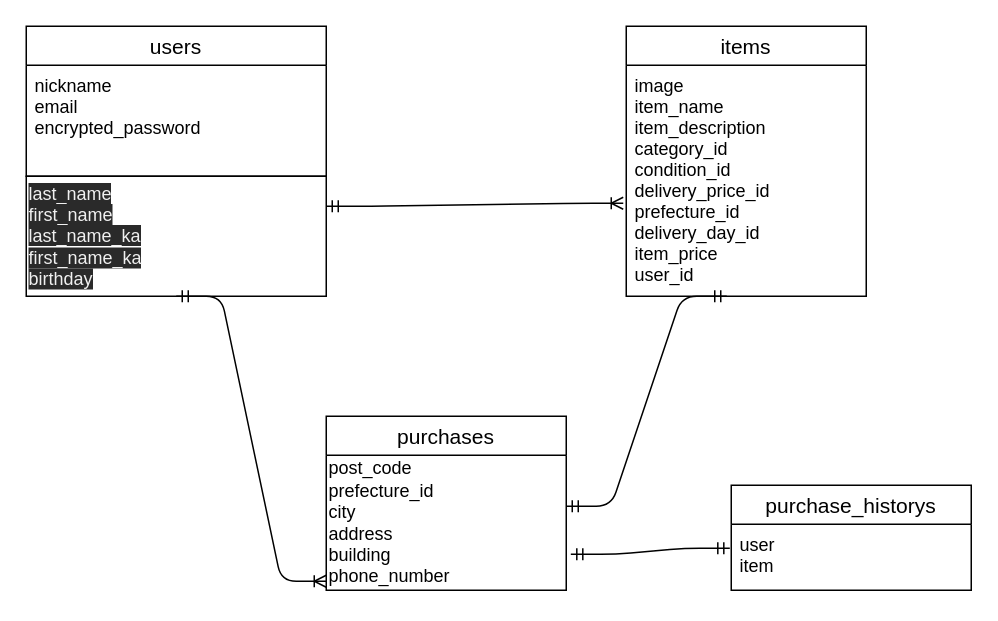
teru-sei/furima-35973 keeps this draw.io diagram as er.dio. Above is the earlier version. Source tidied: cells renumbered, new cells numbered last; positions are measured from the earlier drawing's top-left corner, leaving out a move shared by most shapes. Both pictures are drawn from the tidied source at 150%, with x=0, y=0 at pixel (26, 26).
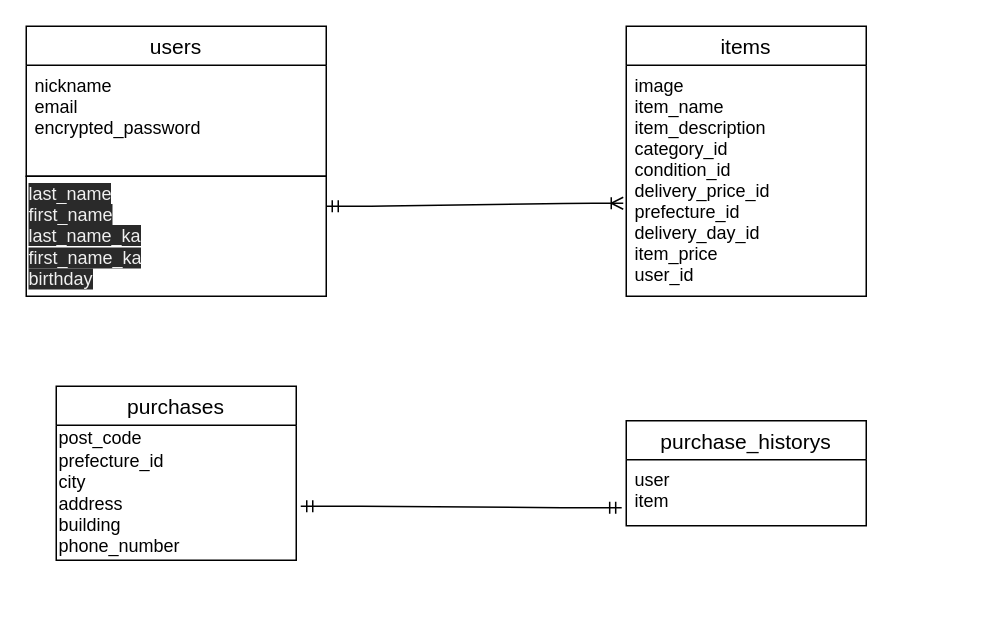
After the change.

Diff of the diagram source:
```diff
@@
 <mxGraphModel>
   <root>
     <mxCell id="0" />
     <mxCell id="1" parent="0" />
     <mxCell id="2" value="users" style="swimlane;fontStyle=0;horizontal=1;startSize=26;align=center;fontSize=14;" parent="1" vertex="1">
       <mxGeometry width="200" height="100" as="geometry" />
     </mxCell>
     <mxCell id="3" value="nickname&#10;email&#10;encrypted_password" style="text;strokeColor=none;fillColor=none;spacingLeft=4;spacingRight=4;overflow=hidden;fontSize=12;" parent="2" vertex="1">
       <mxGeometry y="26" width="200" height="74" as="geometry" />
     </mxCell>
     <mxCell id="4" value="items" style="swimlane;fontStyle=0;horizontal=1;startSize=26;align=center;fontSize=14;" parent="1" vertex="1">
       <mxGeometry x="400" width="160" height="180" as="geometry" />
     </mxCell>
     <mxCell id="5" value="image&#10;item_name&#10;item_description&#10;category_id&#10;condition_id&#10;delivery_price_id&#10;prefecture_id&#10;delivery_day_id&#10;item_price&#10;user_id" style="text;strokeColor=none;fillColor=none;spacingLeft=4;spacingRight=4;overflow=hidden;fontSize=12;" parent="4" vertex="1">
       <mxGeometry y="26" width="160" height="154" as="geometry" />
     </mxCell>
     <mxCell id="6" value="&lt;span style=&quot;color: rgb(240 , 240 , 240) ; font-family: &amp;#34;helvetica&amp;#34; ; font-size: 12px ; font-style: normal ; font-weight: 400 ; letter-spacing: normal ; text-indent: 0px ; text-transform: none ; word-spacing: 0px ; background-color: rgb(42 , 42 , 42) ; display: inline ; float: none&quot;&gt;last_name&lt;/span&gt;&lt;br style=&quot;padding: 0px ; margin: 0px ; color: rgb(240 , 240 , 240) ; font-family: &amp;#34;helvetica&amp;#34; ; font-size: 12px ; font-style: normal ; font-weight: 400 ; letter-spacing: normal ; text-indent: 0px ; text-transform: none ; word-spacing: 0px ; background-color: rgb(42 , 42 , 42)&quot;&gt;&lt;span style=&quot;color: rgb(240 , 240 , 240) ; font-family: &amp;#34;helvetica&amp;#34; ; font-size: 12px ; font-style: normal ; font-weight: 400 ; letter-spacing: normal ; text-indent: 0px ; text-transform: none ; word-spacing: 0px ; background-color: rgb(42 , 42 , 42) ; display: inline ; float: none&quot;&gt;first_name&lt;/span&gt;&lt;br style=&quot;padding: 0px ; margin: 0px ; color: rgb(240 , 240 , 240) ; font-family: &amp;#34;helvetica&amp;#34; ; font-size: 12px ; font-style: normal ; font-weight: 400 ; letter-spacing: normal ; text-indent: 0px ; text-transform: none ; word-spacing: 0px ; background-color: rgb(42 , 42 , 42)&quot;&gt;&lt;span style=&quot;color: rgb(240 , 240 , 240) ; font-family: &amp;#34;helvetica&amp;#34; ; font-size: 12px ; font-style: normal ; font-weight: 400 ; letter-spacing: normal ; text-indent: 0px ; text-transform: none ; word-spacing: 0px ; background-color: rgb(42 , 42 , 42) ; display: inline ; float: none&quot;&gt;last_name_ka&lt;/span&gt;&lt;br style=&quot;padding: 0px ; margin: 0px ; color: rgb(240 , 240 , 240) ; font-family: &amp;#34;helvetica&amp;#34; ; font-size: 12px ; font-style: normal ; font-weight: 400 ; letter-spacing: normal ; text-indent: 0px ; text-transform: none ; word-spacing: 0px ; background-color: rgb(42 , 42 , 42)&quot;&gt;&lt;span style=&quot;color: rgb(240 , 240 , 240) ; font-family: &amp;#34;helvetica&amp;#34; ; font-size: 12px ; font-style: normal ; font-weight: 400 ; letter-spacing: normal ; text-indent: 0px ; text-transform: none ; word-spacing: 0px ; background-color: rgb(42 , 42 , 42) ; display: inline ; float: none&quot;&gt;first_name_ka&lt;br&gt;birthday&lt;br&gt;&lt;/span&gt;" style="whiteSpace=wrap;html=1;align=left;" parent="1" vertex="1">
       <mxGeometry y="100" width="200" height="80" as="geometry" />
     </mxCell>
     <mxCell id="7" style="edgeStyle=entityRelationEdgeStyle;fontSize=12;html=1;endArrow=ERoneToMany;startArrow=ERmandOne;exitX=1;exitY=0.25;exitDx=0;exitDy=0;" parent="1" edge="1" source="6">
       <mxGeometry relative="1" as="geometry">
         <mxPoint x="398" y="118" as="targetPoint" />
       </mxGeometry>
     </mxCell>
-    <mxCell id="8" style="edgeStyle=entityRelationEdgeStyle;fontSize=12;html=1;endArrow=ERoneToMany;startArrow=ERmandOne;entryX=0;entryY=1;entryDx=0;entryDy=0;exitX=0.5;exitY=1;exitDx=0;exitDy=0;" parent="1" edge="1" source="6">
-      <mxGeometry relative="1" as="geometry">
-        <mxPoint x="200" y="370" as="targetPoint" />
-      </mxGeometry>
-    </mxCell>
     <mxCell id="9" value="purchase_historys" style="swimlane;fontStyle=0;horizontal=1;startSize=26;align=center;fontSize=14;" parent="1" vertex="1">
-      <mxGeometry x="470" y="306" width="160" height="70" as="geometry" />
+      <mxGeometry x="400" y="263" width="160" height="70" as="geometry" />
     </mxCell>
     <mxCell id="10" value="user&#10;item" style="text;strokeColor=none;fillColor=none;spacingLeft=4;spacingRight=4;overflow=hidden;points=[[0,0.5],[1,0.5]];portConstraint=eastwest;fontSize=12;" parent="9" vertex="1">
       <mxGeometry y="26" width="160" height="44" as="geometry" />
     </mxCell>
-    <mxCell id="11" style="edgeStyle=entityRelationEdgeStyle;fontSize=12;html=1;endArrow=ERmandOne;startArrow=ERmandOne;exitX=1.019;exitY=0.733;exitDx=0;exitDy=0;exitPerimeter=0;entryX=-0.006;entryY=0.364;entryDx=0;entryDy=0;entryPerimeter=0;" parent="1" edge="1" source="14" target="10">
-      <mxGeometry relative="1" as="geometry" />
+    <mxCell id="11" style="edgeStyle=entityRelationEdgeStyle;fontSize=12;html=1;endArrow=ERmandOne;startArrow=ERmandOne;entryX=-0.019;entryY=0.727;entryDx=0;entryDy=0;entryPerimeter=0;" parent="1" edge="1" target="10">
+      <mxGeometry relative="1" as="geometry">
+        <mxPoint x="183" y="320" as="sourcePoint" />
+      </mxGeometry>
     </mxCell>
     <mxCell id="12" value="purchases" style="swimlane;fontStyle=0;horizontal=1;startSize=26;align=center;fontSize=14;" parent="1" vertex="1">
-      <mxGeometry x="200" y="260" width="160" height="116" as="geometry" />
+      <mxGeometry x="20" y="240" width="160" height="116" as="geometry" />
     </mxCell>
-    <mxCell id="13" style="edgeStyle=entityRelationEdgeStyle;fontSize=12;html=1;endArrow=ERmandOne;startArrow=ERmandOne;" parent="12" edge="1">
-      <mxGeometry relative="1" as="geometry">
-        <mxPoint x="160" y="60" as="sourcePoint" />
-        <mxPoint x="267" y="-80" as="targetPoint" />
-      </mxGeometry>
-    </mxCell>
     <mxCell id="14" value="&lt;span&gt;post_code&lt;/span&gt;&lt;br&gt;&lt;span&gt;prefecture_id&lt;/span&gt;&lt;br&gt;&lt;span&gt;city&lt;/span&gt;&lt;br&gt;&lt;span&gt;address&lt;br&gt;&lt;/span&gt;building&lt;br&gt;&lt;span&gt;phone_number&lt;/span&gt;" style="text;html=1;align=left;verticalAlign=middle;points=[];strokeColor=none;" parent="12" vertex="1">
       <mxGeometry y="26" width="160" height="90" as="geometry" />
     </mxCell>
   </root>
 </mxGraphModel>
```
